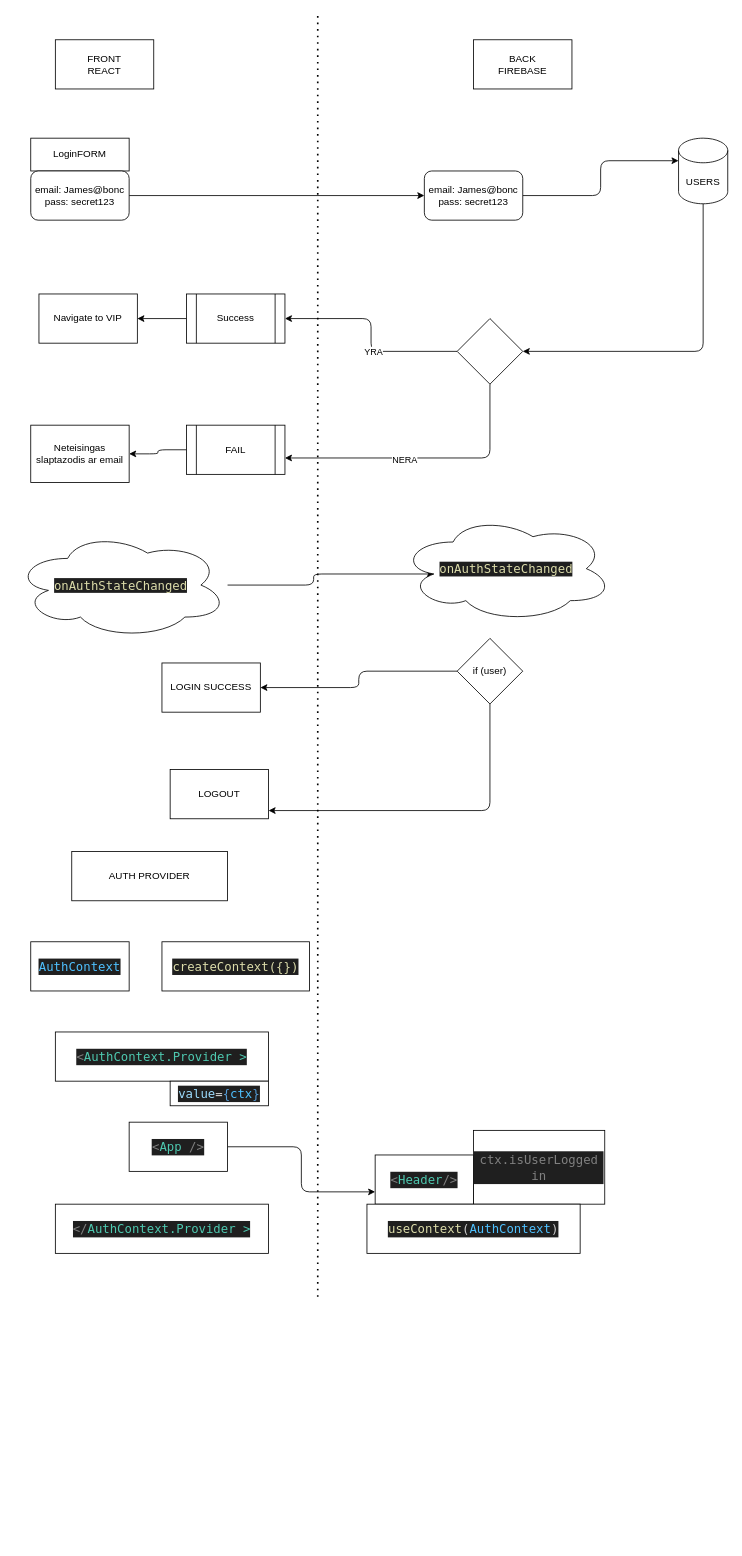
The draw.io diagram authProvider.drawio in MariusCodeAcademy/feu8_20_react_skelbiu_practice, before the edit. Source tidied: cells renumbered, new cells numbered last; positions are measured from the earlier drawing's top-left corner, leaving out a move shared by most shapes. Both pictures are drawn from the tidied source at 82%, with x=0, y=0 at pixel (14, 15).
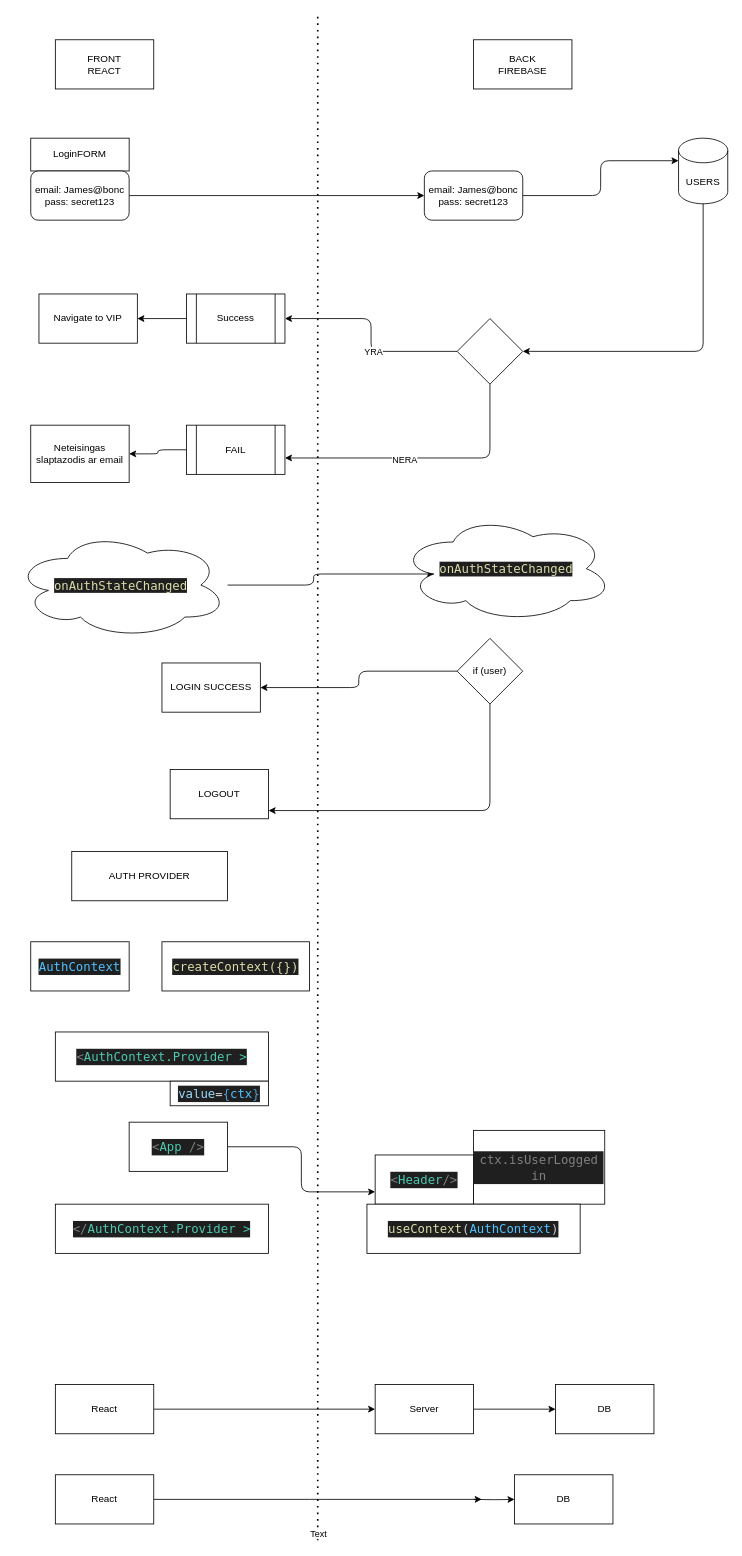
The same diagram, later.

The edit, as a diff of the source:
```diff
@@
     <mxCell id="4" style="endArrow=none;dashed=1;html=1;dashPattern=1 3;strokeWidth=2;" parent="1" edge="1">
       <mxGeometry relative="1" as="geometry">
-        <mxPoint x="370" y="1563" as="sourcePoint" />
+        <mxPoint x="370" y="1860" as="sourcePoint" />
         <mxPoint x="370" as="targetPoint" />
       </mxGeometry>
     </mxCell>
+    <mxCell id="42" value="Text" style="edgeLabel;html=1;align=center;verticalAlign=middle;" parent="4" vertex="1">
+      <mxGeometry x="-0.99" relative="1" as="geometry" />
+    </mxCell>
@@
+    <mxCell id="43" style="edgeStyle=orthogonalEdgeStyle;html=1;" parent="1" edge="1" source="44" target="46">
+      <mxGeometry relative="1" as="geometry" />
+    </mxCell>
+    <mxCell id="44" value="React" style="rounded=0;whiteSpace=wrap;html=1;" parent="1" vertex="1">
+      <mxGeometry x="50" y="1670" width="120" height="60" as="geometry" />
+    </mxCell>
+    <mxCell id="45" style="edgeStyle=orthogonalEdgeStyle;html=1;entryX=0;entryY=0.5;entryDx=0;entryDy=0;" parent="1" edge="1" source="46" target="47">
+      <mxGeometry relative="1" as="geometry" />
+    </mxCell>
+    <mxCell id="46" value="Server" style="rounded=0;whiteSpace=wrap;html=1;" parent="1" vertex="1">
+      <mxGeometry x="440" y="1670" width="120" height="60" as="geometry" />
+    </mxCell>
+    <mxCell id="47" value="DB" style="rounded=0;whiteSpace=wrap;html=1;" parent="1" vertex="1">
+      <mxGeometry x="660" y="1670" width="120" height="60" as="geometry" />
+    </mxCell>
+    <mxCell id="48" style="edgeStyle=orthogonalEdgeStyle;html=1;" parent="1" edge="1" source="49">
+      <mxGeometry relative="1" as="geometry">
+        <mxPoint x="570" y="1810" as="targetPoint" />
+      </mxGeometry>
+    </mxCell>
+    <mxCell id="49" value="React" style="rounded=0;whiteSpace=wrap;html=1;" parent="1" vertex="1">
+      <mxGeometry x="50" y="1780" width="120" height="60" as="geometry" />
+    </mxCell>
+    <mxCell id="50" style="edgeStyle=orthogonalEdgeStyle;html=1;entryX=0;entryY=0.5;entryDx=0;entryDy=0;" parent="1" edge="1" target="51">
+      <mxGeometry relative="1" as="geometry">
+        <mxPoint x="560" y="1810" as="sourcePoint" />
+      </mxGeometry>
+    </mxCell>
+    <mxCell id="51" value="DB" style="rounded=0;whiteSpace=wrap;html=1;" parent="1" vertex="1">
+      <mxGeometry x="610" y="1780" width="120" height="60" as="geometry" />
+    </mxCell>
```
